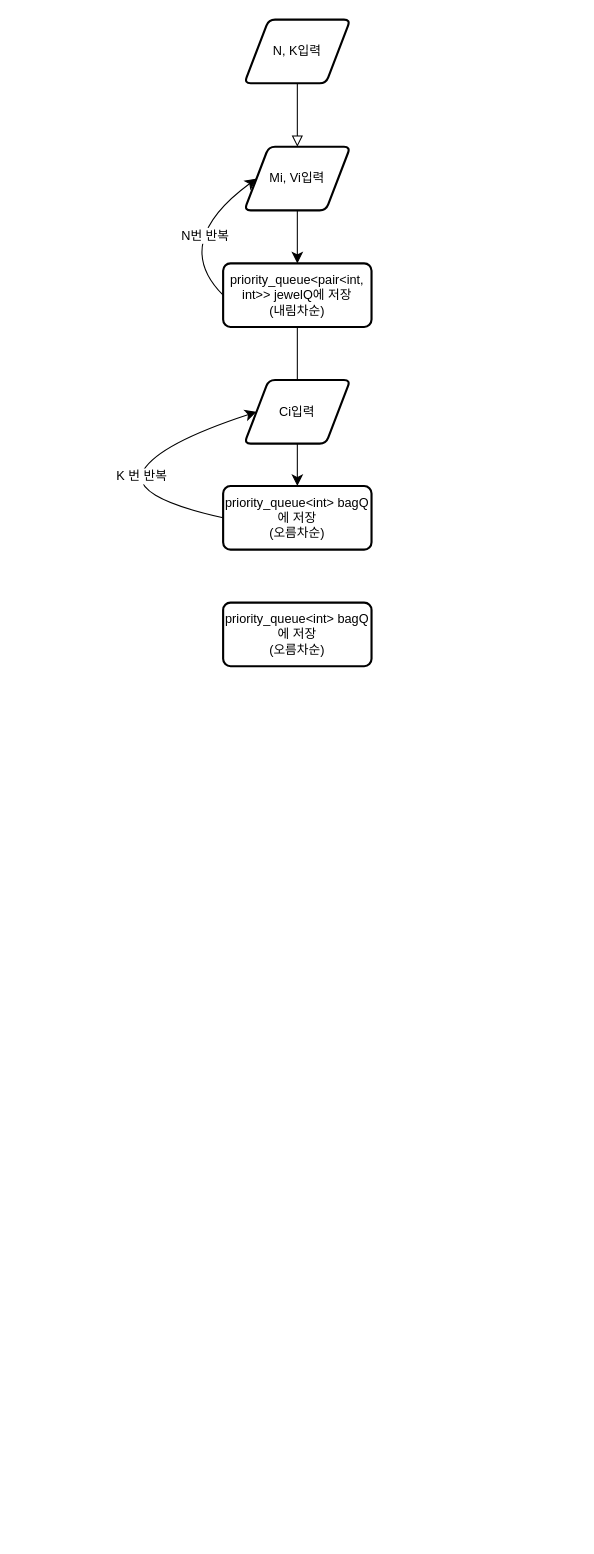
Above: 제목 없는 다이어그램.drawio in minjae-083/githubTest (draw.io), before the change. Source tidied: cells renumbered, new cells numbered last; positions are measured from the earlier drawing's top-left corner, leaving out a move shared by most shapes. Both pictures are drawn from the tidied source at 106%, with x=0, y=0 at pixel (127, 19).
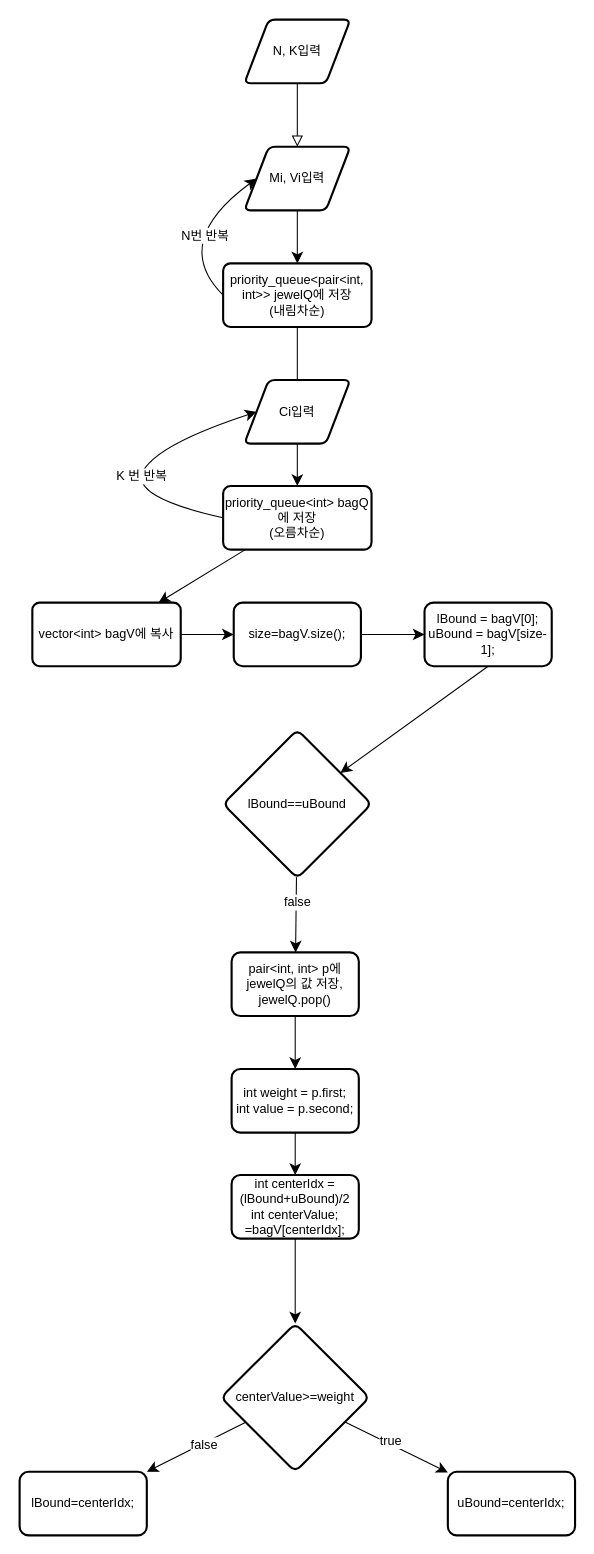
The same page after the edit.

Commit message:
1202번: 보석 도둑

Unchanged cells that the change refers to:
```xml
<mxCell id="14" value="priority_queue&amp;lt;int&amp;gt; bagQ에 저장&lt;div&gt;(오름차순)&lt;/div&gt;" style="rounded=1;whiteSpace=wrap;html=1;absoluteArcSize=1;arcSize=14;strokeWidth=2;" parent="1" vertex="1">
  <mxGeometry x="90" y="440" width="140" height="60" as="geometry" />
</mxCell>
```

Diff of the diagram source:
```diff
@@
+    <mxCell id="16" style="edgeStyle=none;curved=1;rounded=0;jettySize=auto;html=1;fontSize=12;startSize=8;endSize=8;" parent="1" edge="1" source="14" target="15">
+      <mxGeometry relative="1" as="geometry" />
+    </mxCell>
@@
-    <mxCell id="15" value="priority_queue&amp;lt;int&amp;gt; bagQ에 저장&lt;div&gt;(오름차순)&lt;/div&gt;" style="rounded=1;whiteSpace=wrap;html=1;absoluteArcSize=1;arcSize=14;strokeWidth=2;" parent="1" vertex="1">
-      <mxGeometry x="90" y="550" width="140" height="60" as="geometry" />
+    <mxCell id="15" value="vector&amp;lt;int&amp;gt; bagV에 복사" style="rounded=1;whiteSpace=wrap;html=1;absoluteArcSize=1;arcSize=14;strokeWidth=2;" parent="1" vertex="1">
+      <mxGeometry x="-90" y="550" width="140" height="60" as="geometry" />
     </mxCell>
+    <mxCell id="17" style="edgeStyle=none;curved=1;rounded=0;jettySize=auto;html=1;exitX=0.5;exitY=1;exitDx=0;exitDy=0;fontSize=12;startSize=8;endSize=8;" parent="1" edge="1" source="18" target="20">
+      <mxGeometry relative="1" as="geometry" />
+    </mxCell>
+    <mxCell id="18" value="pair&amp;lt;int, int&amp;gt; p에 jewelQ의 값 저장, jewelQ.pop()" style="whiteSpace=wrap;html=1;rounded=1;arcSize=14;strokeWidth=2;" parent="1" vertex="1">
+      <mxGeometry x="98" y="880" width="120" height="60" as="geometry" />
+    </mxCell>
+    <mxCell id="19" style="edgeStyle=none;curved=1;rounded=0;jettySize=auto;html=1;fontSize=12;startSize=8;endSize=8;entryX=0.5;entryY=0;entryDx=0;entryDy=0;" parent="1" edge="1" source="20" target="22">
+      <mxGeometry relative="1" as="geometry" />
+    </mxCell>
+    <mxCell id="20" value="int weight = p.first;&lt;div&gt;int value = p.second;&lt;/div&gt;" style="whiteSpace=wrap;html=1;rounded=1;arcSize=14;strokeWidth=2;" parent="1" vertex="1">
+      <mxGeometry x="98" y="990" width="120" height="60" as="geometry" />
+    </mxCell>
+    <mxCell id="21" style="edgeStyle=none;curved=1;rounded=0;jettySize=auto;html=1;fontSize=12;startSize=8;endSize=8;" parent="1" edge="1" source="22" target="27">
+      <mxGeometry relative="1" as="geometry" />
+    </mxCell>
+    <mxCell id="22" value="int centerIdx = (lBound+uBound)/2&lt;div&gt;int centerValue; =bagV[centerIdx];&lt;/div&gt;" style="whiteSpace=wrap;html=1;rounded=1;arcSize=14;strokeWidth=2;" parent="1" vertex="1">
+      <mxGeometry x="98" y="1090" width="120" height="60" as="geometry" />
+    </mxCell>
+    <mxCell id="23" style="edgeStyle=none;curved=1;rounded=0;jettySize=auto;html=1;fontSize=12;startSize=8;endSize=8;" parent="1" edge="1" source="27" target="33">
+      <mxGeometry relative="1" as="geometry" />
+    </mxCell>
+    <mxCell id="24" value="true" style="edgeLabel;html=1;align=center;verticalAlign=middle;fontSize=12;" parent="23" vertex="1">
+      <mxGeometry x="-0.14" y="3" relative="1" as="geometry" />
+    </mxCell>
+    <mxCell id="25" style="edgeStyle=none;curved=1;rounded=0;jettySize=auto;html=1;fontSize=12;startSize=8;endSize=8;" parent="1" edge="1" source="27" target="34">
+      <mxGeometry relative="1" as="geometry" />
+    </mxCell>
+    <mxCell id="26" value="false" style="edgeLabel;html=1;align=center;verticalAlign=middle;fontSize=12;" parent="25" vertex="1">
+      <mxGeometry x="-0.13" y="1" relative="1" as="geometry" />
+    </mxCell>
+    <mxCell id="27" value="centerValue&amp;gt;=weight" style="rhombus;whiteSpace=wrap;html=1;rounded=1;arcSize=14;strokeWidth=2;" parent="1" vertex="1">
+      <mxGeometry x="88" y="1230" width="140" height="140" as="geometry" />
+    </mxCell>
+    <mxCell id="28" style="edgeStyle=none;curved=1;rounded=0;jettySize=auto;html=1;fontSize=12;startSize=8;endSize=8;" parent="1" edge="1" source="15" target="30">
+      <mxGeometry relative="1" as="geometry" />
+    </mxCell>
+    <mxCell id="29" style="edgeStyle=none;curved=1;rounded=0;jettySize=auto;html=1;fontSize=12;startSize=8;endSize=8;" parent="1" edge="1" source="30" target="32">
+      <mxGeometry relative="1" as="geometry" />
+    </mxCell>
+    <mxCell id="30" value="size=bagV.size();" style="whiteSpace=wrap;html=1;rounded=1;arcSize=14;strokeWidth=2;" parent="1" vertex="1">
+      <mxGeometry x="100" y="550" width="120" height="60" as="geometry" />
+    </mxCell>
+    <mxCell id="31" style="edgeStyle=none;curved=1;rounded=0;jettySize=auto;html=1;exitX=0.5;exitY=1;exitDx=0;exitDy=0;fontSize=12;startSize=8;endSize=8;" parent="1" edge="1" source="32" target="37">
+      <mxGeometry relative="1" as="geometry" />
+    </mxCell>
+    <mxCell id="32" value="lBound = bagV[0];&lt;div&gt;uBound = bagV[size-1];&lt;/div&gt;" style="whiteSpace=wrap;html=1;rounded=1;arcSize=14;strokeWidth=2;" parent="1" vertex="1">
+      <mxGeometry x="280" y="550" width="120" height="60" as="geometry" />
+    </mxCell>
+    <mxCell id="33" value="uBound=centerIdx;" style="whiteSpace=wrap;html=1;rounded=1;arcSize=14;strokeWidth=2;" parent="1" vertex="1">
+      <mxGeometry x="302" y="1370" width="120" height="60" as="geometry" />
+    </mxCell>
+    <mxCell id="34" value="lBound=centerIdx;" style="whiteSpace=wrap;html=1;rounded=1;arcSize=14;strokeWidth=2;" parent="1" vertex="1">
+      <mxGeometry x="-102" y="1370" width="120" height="60" as="geometry" />
+    </mxCell>
+    <mxCell id="35" style="edgeStyle=none;curved=1;rounded=0;jettySize=auto;html=1;fontSize=12;startSize=8;endSize=8;" parent="1" edge="1" source="37" target="18">
+      <mxGeometry relative="1" as="geometry" />
+    </mxCell>
+    <mxCell id="36" value="false" style="edgeLabel;html=1;align=center;verticalAlign=middle;fontSize=12;" parent="35" vertex="1">
+      <mxGeometry x="-0.36" y="1" relative="1" as="geometry" />
+    </mxCell>
+    <mxCell id="37" value="lBound==uBound" style="rhombus;whiteSpace=wrap;html=1;rounded=1;arcSize=14;strokeWidth=2;" parent="1" vertex="1">
+      <mxGeometry x="90" y="670" width="140" height="140" as="geometry" />
+    </mxCell>
```
